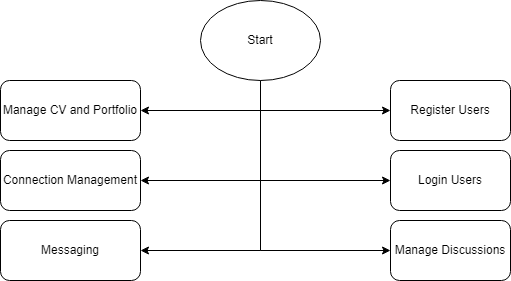
The draw.io diagram Proposal_Latex/Diagrams/Main_Block.png in sushantbramhacharya/CodeConnect, before a commit. Source tidied: cells renumbered, new cells last; positions are measured from the earlier drawing's top-left corner, leaving out a move shared by most shapes. Source of this version:
```xml
<mxGraphModel>
  <root>
    <mxCell id="0" />
    <mxCell id="1" parent="0" />
    <mxCell id="2" style="edgeStyle=orthogonalEdgeStyle;rounded=0;jettySize=auto;html=1;exitX=0.5;exitY=1;exitDx=0;exitDy=0;" parent="1" edge="1" source="8" target="12">
      <mxGeometry relative="1" as="geometry">
        <Array as="points">
          <mxPoint x="260" y="110" />
        </Array>
      </mxGeometry>
    </mxCell>
    <mxCell id="3" style="edgeStyle=orthogonalEdgeStyle;rounded=0;jettySize=auto;html=1;exitX=0.5;exitY=1;exitDx=0;exitDy=0;entryX=0;entryY=0.5;entryDx=0;entryDy=0;" parent="1" edge="1" source="8" target="9">
      <mxGeometry relative="1" as="geometry" />
    </mxCell>
    <mxCell id="4" style="edgeStyle=orthogonalEdgeStyle;rounded=0;jettySize=auto;html=1;exitX=0.5;exitY=1;exitDx=0;exitDy=0;entryX=1;entryY=0.5;entryDx=0;entryDy=0;" parent="1" edge="1" source="8" target="13">
      <mxGeometry relative="1" as="geometry" />
    </mxCell>
    <mxCell id="5" style="edgeStyle=orthogonalEdgeStyle;rounded=0;jettySize=auto;html=1;exitX=0.5;exitY=1;exitDx=0;exitDy=0;entryX=1;entryY=0.5;entryDx=0;entryDy=0;" parent="1" edge="1" source="8" target="14">
      <mxGeometry relative="1" as="geometry" />
    </mxCell>
    <mxCell id="6" style="edgeStyle=orthogonalEdgeStyle;rounded=0;jettySize=auto;html=1;exitX=0.5;exitY=1;exitDx=0;exitDy=0;entryX=0;entryY=0.5;entryDx=0;entryDy=0;" parent="1" edge="1" source="8" target="10">
      <mxGeometry relative="1" as="geometry" />
    </mxCell>
    <mxCell id="7" style="edgeStyle=orthogonalEdgeStyle;rounded=0;jettySize=auto;html=1;exitX=0.5;exitY=1;exitDx=0;exitDy=0;entryX=0;entryY=0.5;entryDx=0;entryDy=0;" parent="1" edge="1" source="8" target="11">
      <mxGeometry relative="1" as="geometry" />
    </mxCell>
    <mxCell id="8" value="Start" style="ellipse;whiteSpace=wrap;html=1;" parent="1" vertex="1">
      <mxGeometry x="200" width="120" height="80" as="geometry" />
    </mxCell>
    <mxCell id="9" value="Register Users" style="rounded=1;whiteSpace=wrap;html=1;" parent="1" vertex="1">
      <mxGeometry x="390" y="80" width="120" height="60" as="geometry" />
    </mxCell>
    <mxCell id="10" value="Login&amp;nbsp;Users" style="rounded=1;whiteSpace=wrap;html=1;" parent="1" vertex="1">
      <mxGeometry x="390" y="150" width="120" height="60" as="geometry" />
    </mxCell>
    <mxCell id="11" value="Manage Discussions" style="rounded=1;whiteSpace=wrap;html=1;" parent="1" vertex="1">
      <mxGeometry x="390" y="220" width="120" height="60" as="geometry" />
    </mxCell>
    <mxCell id="12" value="Manage CV and Portfolio" style="rounded=1;whiteSpace=wrap;html=1;" parent="1" vertex="1">
      <mxGeometry y="80" width="140" height="60" as="geometry" />
    </mxCell>
    <mxCell id="13" value="Connection Management" style="rounded=1;whiteSpace=wrap;html=1;" parent="1" vertex="1">
      <mxGeometry y="150" width="140" height="60" as="geometry" />
    </mxCell>
    <mxCell id="14" value="Messaging" style="rounded=1;whiteSpace=wrap;html=1;" parent="1" vertex="1">
      <mxGeometry y="220" width="140" height="60" as="geometry" />
    </mxCell>
  </root>
</mxGraphModel>
```
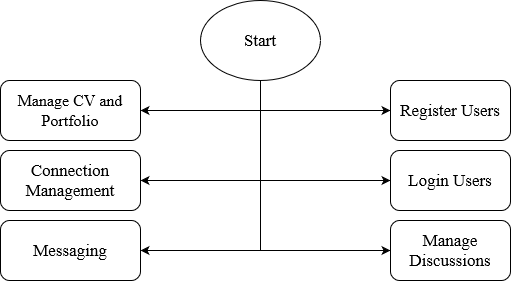
Later version of the same file.

Diff of the diagram source:
```diff
@@ -24,25 +24,25 @@
     <mxCell id="7" style="edgeStyle=orthogonalEdgeStyle;rounded=0;jettySize=auto;html=1;exitX=0.5;exitY=1;exitDx=0;exitDy=0;entryX=0;entryY=0.5;entryDx=0;entryDy=0;" parent="1" edge="1" source="8" target="11">
       <mxGeometry relative="1" as="geometry" />
     </mxCell>
-    <mxCell id="8" value="Start" style="ellipse;whiteSpace=wrap;html=1;" parent="1" vertex="1">
+    <mxCell id="8" value="&lt;font style=&quot;font-size: 17px;&quot; face=&quot;Times New Roman&quot;&gt;Start&lt;/font&gt;" style="ellipse;whiteSpace=wrap;html=1;" parent="1" vertex="1">
       <mxGeometry x="200" width="120" height="80" as="geometry" />
     </mxCell>
-    <mxCell id="9" value="Register Users" style="rounded=1;whiteSpace=wrap;html=1;" parent="1" vertex="1">
+    <mxCell id="9" value="&lt;font style=&quot;font-size: 17px;&quot; face=&quot;Times New Roman&quot;&gt;Register Users&lt;/font&gt;" style="rounded=1;whiteSpace=wrap;html=1;" parent="1" vertex="1">
       <mxGeometry x="390" y="80" width="120" height="60" as="geometry" />
     </mxCell>
-    <mxCell id="10" value="Login&amp;nbsp;Users" style="rounded=1;whiteSpace=wrap;html=1;" parent="1" vertex="1">
+    <mxCell id="10" value="&lt;font style=&quot;font-size: 17px;&quot; face=&quot;Times New Roman&quot;&gt;Login&amp;nbsp;Users&lt;/font&gt;" style="rounded=1;whiteSpace=wrap;html=1;" parent="1" vertex="1">
       <mxGeometry x="390" y="150" width="120" height="60" as="geometry" />
     </mxCell>
-    <mxCell id="11" value="Manage Discussions" style="rounded=1;whiteSpace=wrap;html=1;" parent="1" vertex="1">
+    <mxCell id="11" value="&lt;font style=&quot;font-size: 17px;&quot; face=&quot;Times New Roman&quot;&gt;Manage Discussions&lt;/font&gt;" style="rounded=1;whiteSpace=wrap;html=1;" parent="1" vertex="1">
       <mxGeometry x="390" y="220" width="120" height="60" as="geometry" />
     </mxCell>
-    <mxCell id="12" value="Manage CV and Portfolio" style="rounded=1;whiteSpace=wrap;html=1;" parent="1" vertex="1">
+    <mxCell id="12" value="&lt;font style=&quot;font-size: 16px;&quot; face=&quot;Times New Roman&quot;&gt;Manage CV and Portfolio&lt;/font&gt;" style="rounded=1;whiteSpace=wrap;html=1;" parent="1" vertex="1">
       <mxGeometry y="80" width="140" height="60" as="geometry" />
     </mxCell>
-    <mxCell id="13" value="Connection Management" style="rounded=1;whiteSpace=wrap;html=1;" parent="1" vertex="1">
+    <mxCell id="13" value="&lt;font style=&quot;font-size: 17px;&quot; face=&quot;Times New Roman&quot;&gt;Connection Management&lt;/font&gt;" style="rounded=1;whiteSpace=wrap;html=1;" parent="1" vertex="1">
       <mxGeometry y="150" width="140" height="60" as="geometry" />
     </mxCell>
-    <mxCell id="14" value="Messaging" style="rounded=1;whiteSpace=wrap;html=1;" parent="1" vertex="1">
+    <mxCell id="14" value="&lt;font style=&quot;font-size: 17px;&quot; face=&quot;Times New Roman&quot;&gt;Messaging&lt;/font&gt;" style="rounded=1;whiteSpace=wrap;html=1;" parent="1" vertex="1">
       <mxGeometry y="220" width="140" height="60" as="geometry" />
     </mxCell>
   </root>
```
